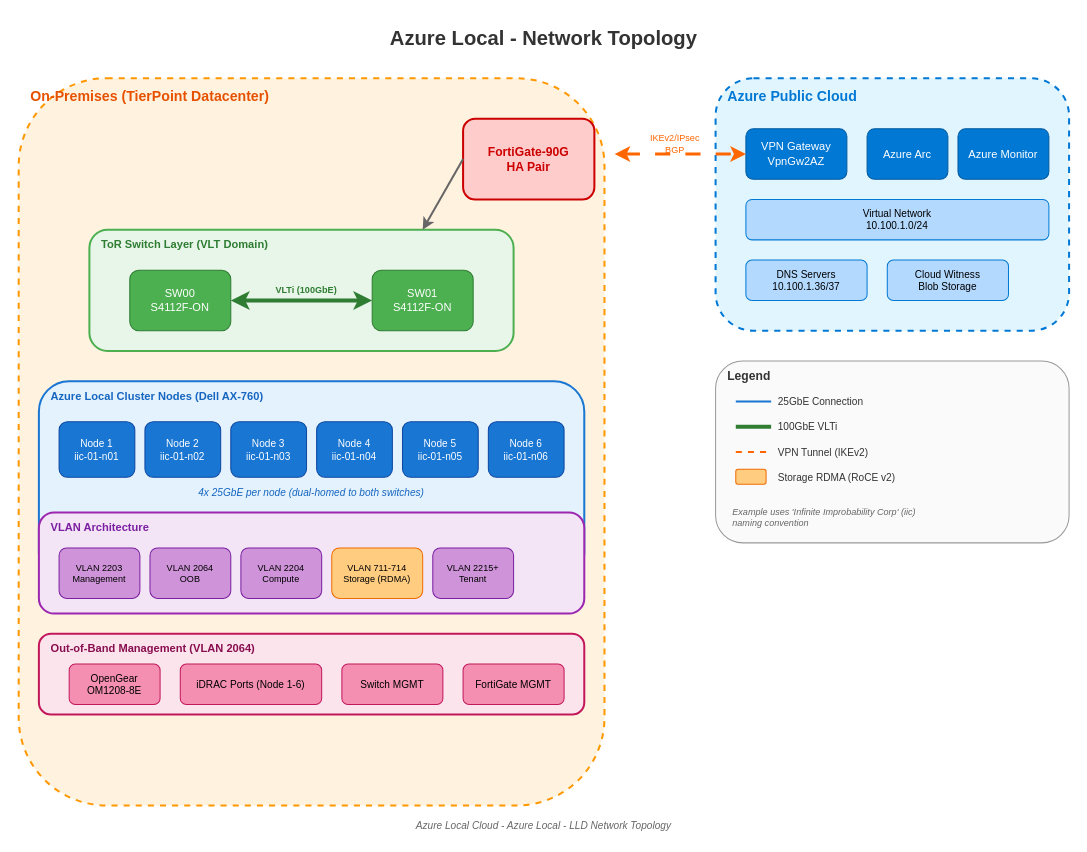
Above: docs/assets/diagrams/lld/lld-network-topology.drawio in AzureLocal/azurelocal.github.io (draw.io), before the change. Source tidied: cells renumbered, new cells numbered last; positions are measured from the earlier drawing's top-left corner, leaving out a move shared by most shapes. Both pictures are drawn from the tidied source at 101%, with x=0, y=0 at pixel (18, 17).
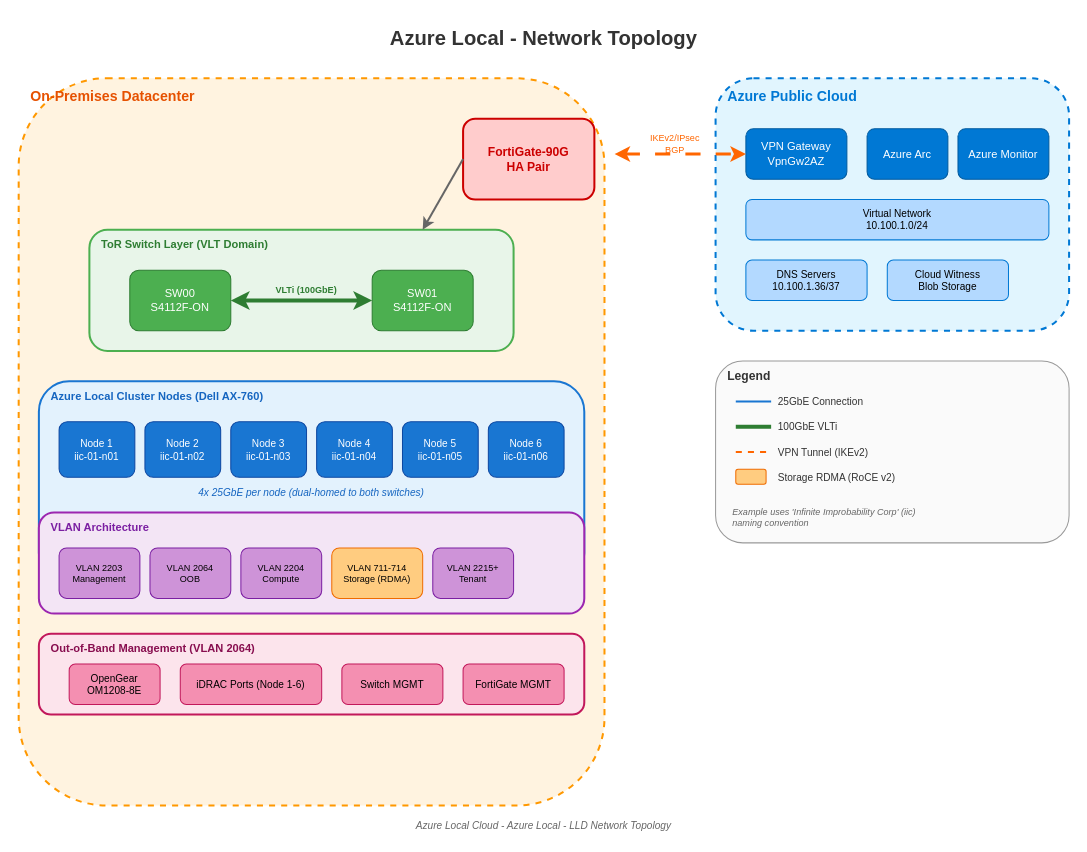
After the change.

Change to the diagram source:
```diff
@@
-    <mxCell id="14" value="On-Premises (TierPoint Datacenter)" style="text;html=1;strokeColor=none;fillColor=none;align=left;verticalAlign=middle;whiteSpace=wrap;rounded=0;fontSize=14;fontStyle=1;fontColor=#e65100;" parent="1" vertex="1">
+    <mxCell id="14" value="On-Premises Datacenter" style="text;html=1;strokeColor=none;fillColor=none;align=left;verticalAlign=middle;whiteSpace=wrap;rounded=0;fontSize=14;fontStyle=1;fontColor=#e65100;" parent="1" vertex="1">
       <mxGeometry x="10" y="65" width="280" height="25" as="geometry" />
     </mxCell>
```
